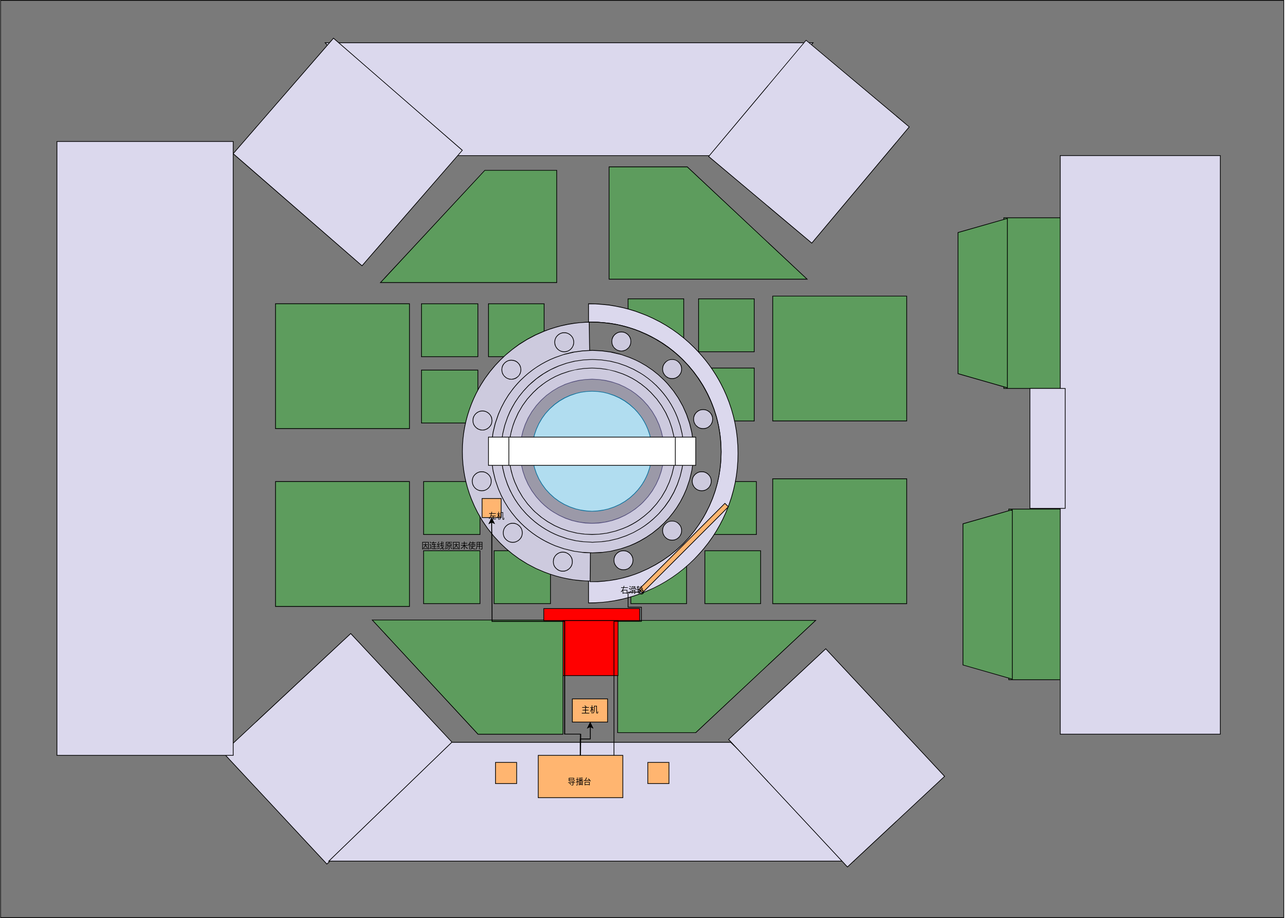
The draw.io diagram diagrams/小歌手机位图.svg in xiaoxuan010/HFLive-Technical-Document-2021, before a commit. Source tidied: cells renumbered, new cells last; positions are measured from the earlier drawing's top-left corner, leaving out a move shared by most shapes.
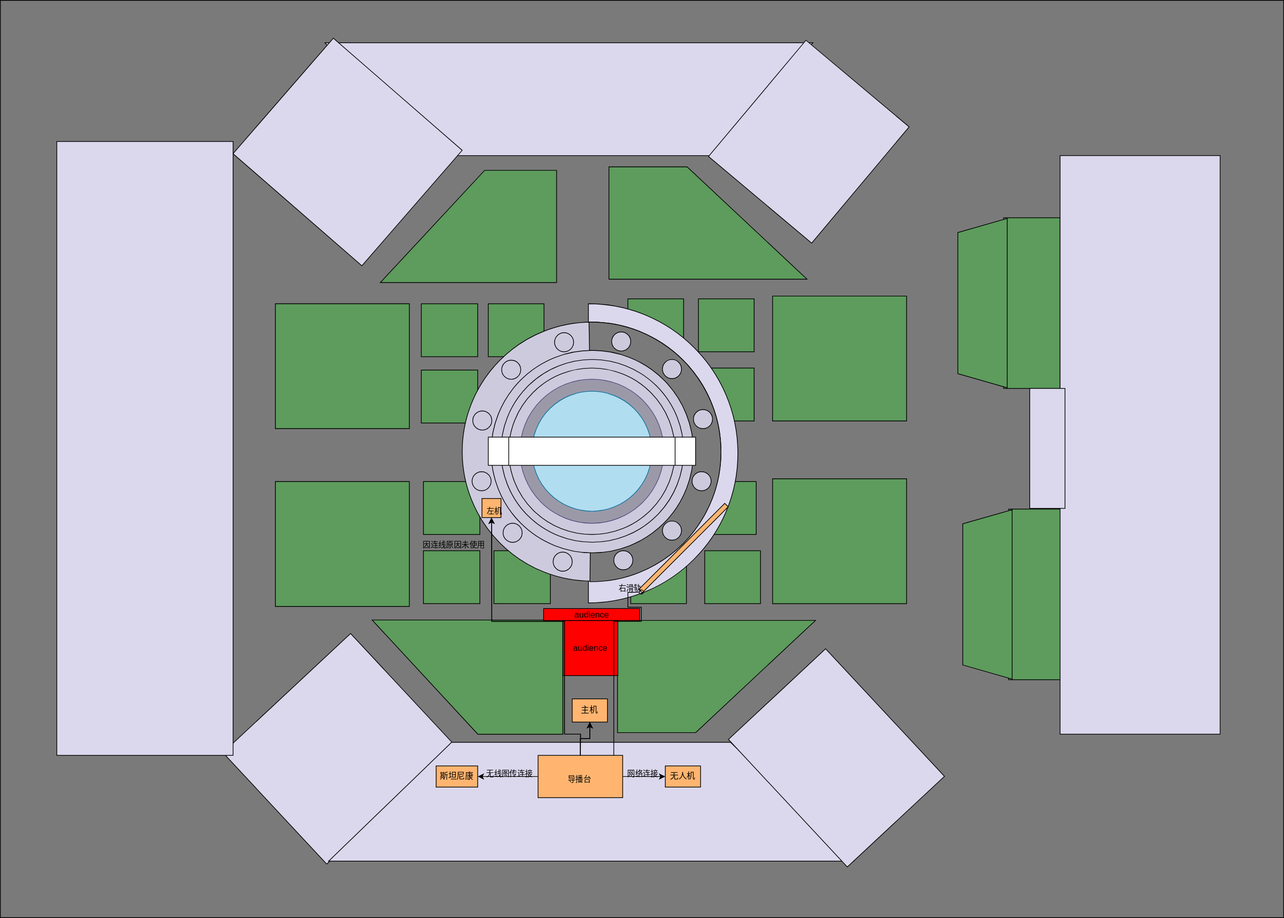
Later version of the same file.

Commit message:
完整机位图

Diff of the diagram source:
```diff
@@ -144,7 +144,7 @@
       <mxGeometry x="1039.1" y="104.8" width="215" height="191" as="geometry" />
     </mxCell>
     <mxCell id="49" style="verticalLabelPosition=bottom;verticalAlign=top;html=1;shape=mxgraph.basic.rect;fillColor2=none;strokeWidth=1;size=20;indent=5;fontFamily=Helvetica;fontSize=12;fontColor=default;fillColor=#DBD8ED;rotation=311;flipH=1;" parent="1" vertex="1">
-      <mxGeometry x="384.1" y="93.8" width="216.8" height="242.1" as="geometry" />
+      <mxGeometry x="384" y="93.8" width="216.8" height="242.1" as="geometry" />
     </mxCell>
     <mxCell id="50" style="rounded=0;whiteSpace=wrap;html=1;fontFamily=Helvetica;fontSize=12;fontColor=default;strokeColor=default;fillColor=#DBD8ED;" parent="1" vertex="1">
       <mxGeometry x="80" y="200" width="250" height="870" as="geometry" />
@@ -167,10 +167,10 @@
     <mxCell id="56" style="rounded=0;whiteSpace=wrap;html=1;fontFamily=Helvetica;fontSize=12;fontColor=default;strokeColor=default;fillColor=#DBD8ED;" parent="1" vertex="1">
       <mxGeometry x="1460" y="550" width="50" height="170" as="geometry" />
     </mxCell>
-    <mxCell id="57" style="rounded=0;whiteSpace=wrap;html=1;fontFamily=Helvetica;fontSize=12;fontColor=default;strokeColor=default;fillColor=#FF0000;gradientColor=none;" parent="1" vertex="1">
+    <mxCell id="57" value="audience" style="rounded=0;whiteSpace=wrap;html=1;fontFamily=Helvetica;fontSize=12;fontColor=default;strokeColor=default;fillColor=#FF0000;gradientColor=none;" parent="1" vertex="1">
       <mxGeometry x="770.5" y="862" width="136" height="17" as="geometry" />
     </mxCell>
-    <mxCell id="58" style="whiteSpace=wrap;html=1;fontFamily=Helvetica;fontSize=12;fontColor=default;strokeColor=default;fillColor=#FF0000;gradientColor=none;" parent="1" vertex="1">
+    <mxCell id="58" value="audience" style="whiteSpace=wrap;html=1;fontFamily=Helvetica;fontSize=12;fontColor=default;strokeColor=default;fillColor=#FF0000;gradientColor=none;" parent="1" vertex="1">
       <mxGeometry x="797.8" y="879" width="78" height="78" as="geometry" />
     </mxCell>
     <mxCell id="59" value="主机" style="rounded=0;whiteSpace=wrap;html=1;fontFamily=Helvetica;fontSize=12;fontColor=default;strokeColor=default;fillColor=#FFB570;gradientColor=none;" parent="1" vertex="1">
@@ -182,11 +182,11 @@
     <mxCell id="61" style="whiteSpace=wrap;html=1;fontFamily=Helvetica;fontSize=12;fontColor=default;strokeColor=default;fillColor=#FFB570;gradientColor=none;" parent="1" vertex="1">
       <mxGeometry x="683" y="706" width="27" height="27" as="geometry" />
     </mxCell>
-    <mxCell id="62" style="rounded=0;whiteSpace=wrap;html=1;fontFamily=Helvetica;fontSize=12;fontColor=default;strokeColor=default;fillColor=#FFB570;gradientColor=none;" parent="1" vertex="1">
-      <mxGeometry x="702" y="1080" width="30" height="30" as="geometry" />
+    <mxCell id="62" value="斯坦尼康" style="rounded=0;whiteSpace=wrap;html=1;fontFamily=Helvetica;fontSize=12;fontColor=default;strokeColor=default;fillColor=#FFB570;gradientColor=none;" parent="1" vertex="1">
+      <mxGeometry x="618" y="1085" width="59" height="30" as="geometry" />
     </mxCell>
-    <mxCell id="63" style="rounded=0;whiteSpace=wrap;html=1;fontFamily=Helvetica;fontSize=12;fontColor=default;strokeColor=default;fillColor=#FFB570;gradientColor=none;" parent="1" vertex="1">
-      <mxGeometry x="918" y="1080" width="30" height="30" as="geometry" />
+    <mxCell id="63" value="无人机" style="rounded=0;whiteSpace=wrap;html=1;fontFamily=Helvetica;fontSize=12;fontColor=default;strokeColor=default;fillColor=#FFB570;gradientColor=none;" parent="1" vertex="1">
+      <mxGeometry x="943" y="1085" width="50" height="30" as="geometry" />
     </mxCell>
     <mxCell id="64" style="edgeStyle=orthogonalEdgeStyle;rounded=0;jettySize=auto;html=1;fontFamily=Helvetica;fontSize=12;fontColor=default;" parent="1" edge="1" source="67" target="59">
       <mxGeometry relative="1" as="geometry" />
@@ -249,5 +249,21 @@
     <mxCell id="73" value="右滑轨" style="edgeLabel;html=1;align=right;verticalAlign=bottom;labelBackgroundColor=none;" parent="72" vertex="1">
       <mxGeometry x="1" relative="1" as="geometry" />
     </mxCell>
+    <mxCell id="74" style="endArrow=classic;html=1;rounded=0;" parent="1" edge="1" source="67" target="63">
+      <mxGeometry relative="1" as="geometry" />
+    </mxCell>
+    <mxCell id="75" value="网络连接" style="edgeLabel;html=1;align=center;verticalAlign=middle;labelBackgroundColor=none;" parent="74" vertex="1">
+      <mxGeometry relative="1" as="geometry">
+        <mxPoint x="-3" y="-6" as="offset" />
+      </mxGeometry>
+    </mxCell>
+    <mxCell id="76" style="endArrow=classic;html=1;rounded=0;entryX=1;entryY=0.5;entryDx=0;entryDy=0;" parent="1" edge="1" source="67" target="62">
+      <mxGeometry relative="1" as="geometry" />
+    </mxCell>
+    <mxCell id="77" value="无线图传连接" style="edgeLabel;html=1;align=center;verticalAlign=middle;labelBackgroundColor=none;" parent="76" vertex="1">
+      <mxGeometry relative="1" as="geometry">
+        <mxPoint x="1" y="-6" as="offset" />
+      </mxGeometry>
+    </mxCell>
   </root>
 </mxGraphModel>
```
